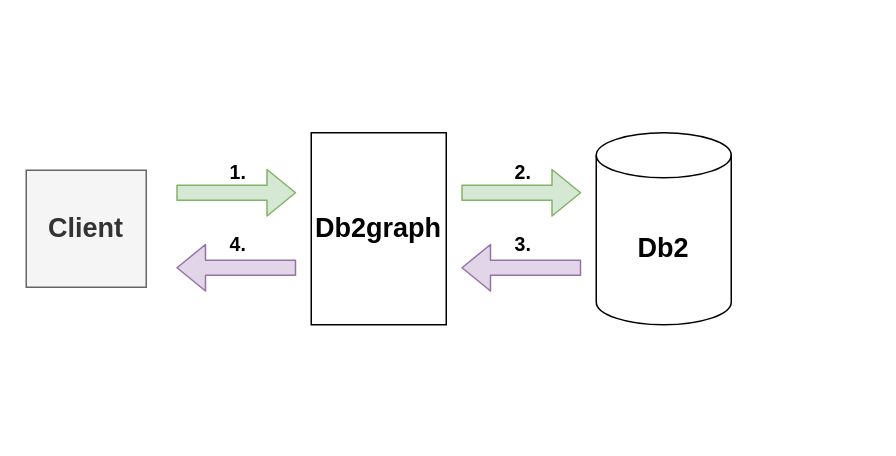
Before: images/db2graph_processing.drawio in RobbyRed98/master-thesis, a draw.io diagram. Source tidied: cells renumbered, new cells numbered last; positions are measured from the earlier drawing's top-left corner, leaving out a move shared by most shapes. Both pictures are drawn from the tidied source at 150%, with x=0, y=0 at pixel (26, 132).
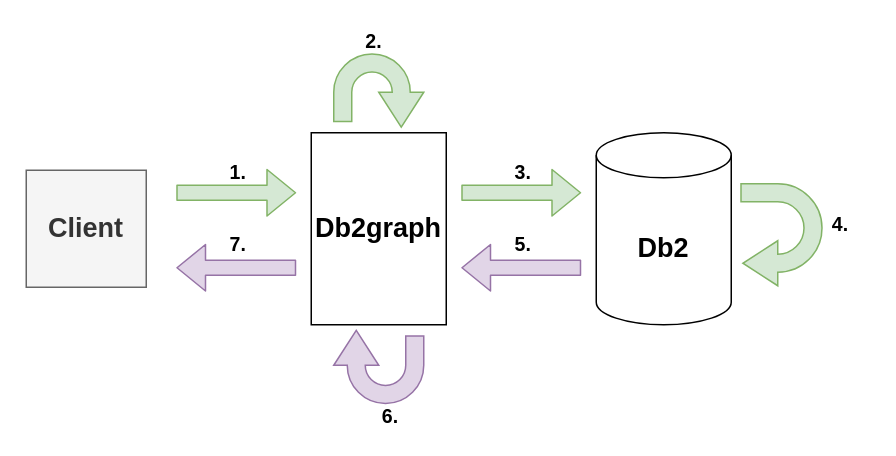
After the change.

Commit message (it also covers changes not shown here):
added more citations text and graphics to the db2graph

The change refers to these unchanged cells:
```xml
<mxCell id="5" style="shape=flexArrow;endArrow=classic;html=1;fillColor=#d5e8d4;strokeColor=#82b366;" parent="1" edge="1">
  <mxGeometry relative="1" as="geometry">
    <mxPoint x="290" y="40" as="sourcePoint" />
    <mxPoint x="370" y="40" as="targetPoint" />
  </mxGeometry>
</mxCell>
<mxCell id="9" style="shape=flexArrow;endArrow=classic;html=1;fillColor=#e1d5e7;strokeColor=#9673a6;" parent="1" edge="1">
  <mxGeometry relative="1" as="geometry">
    <mxPoint x="370" y="90" as="sourcePoint" />
    <mxPoint x="290" y="90" as="targetPoint" />
  </mxGeometry>
</mxCell>
<mxCell id="11" style="shape=flexArrow;endArrow=classic;html=1;fillColor=#e1d5e7;strokeColor=#9673a6;" parent="1" edge="1">
  <mxGeometry relative="1" as="geometry">
    <mxPoint x="180" y="90" as="sourcePoint" />
    <mxPoint x="100" y="90" as="targetPoint" />
  </mxGeometry>
</mxCell>
```

Diff of the diagram source:
```diff
@@
-    <mxCell id="6" value="&lt;font style=&quot;font-size: 13px&quot;&gt;2.&lt;/font&gt;" style="edgeLabel;html=1;align=center;verticalAlign=middle;fontStyle=1;" parent="5" vertex="1">
+    <mxCell id="6" value="&lt;font style=&quot;font-size: 13px&quot;&gt;3.&lt;/font&gt;" style="edgeLabel;html=1;align=center;verticalAlign=middle;fontStyle=1;" parent="5" vertex="1">
       <mxGeometry x="0.62" y="-6" relative="1" as="geometry">
         <mxPoint x="-25" y="-21" as="offset" />
       </mxGeometry>
     </mxCell>
@@
-    <mxCell id="10" value="&lt;font style=&quot;font-size: 13px&quot;&gt;3.&lt;/font&gt;" style="edgeLabel;html=1;align=center;verticalAlign=middle;fontStyle=1;" parent="9" vertex="1">
+    <mxCell id="10" value="&lt;font style=&quot;font-size: 13px&quot;&gt;5.&lt;/font&gt;" style="edgeLabel;html=1;align=center;verticalAlign=middle;fontStyle=1;" parent="9" vertex="1">
       <mxGeometry x="0.62" y="-6" relative="1" as="geometry">
         <mxPoint x="25" y="-11" as="offset" />
       </mxGeometry>
     </mxCell>
@@
-    <mxCell id="12" value="&lt;font style=&quot;font-size: 13px&quot;&gt;4.&lt;/font&gt;" style="edgeLabel;html=1;align=center;verticalAlign=middle;fontStyle=1;" parent="11" vertex="1">
+    <mxCell id="12" value="&lt;font style=&quot;font-size: 13px&quot;&gt;7.&lt;/font&gt;" style="edgeLabel;html=1;align=center;verticalAlign=middle;fontStyle=1;" parent="11" vertex="1">
       <mxGeometry x="0.62" y="-6" relative="1" as="geometry">
         <mxPoint x="25" y="-11" as="offset" />
       </mxGeometry>
     </mxCell>
+    <mxCell id="13" style="html=1;shadow=0;dashed=0;align=center;verticalAlign=middle;shape=mxgraph.arrows2.uTurnArrow;dy=6;arrowHead=30;dx2=23.25;strokeColor=#9673a6;fillColor=#e1d5e7;rotation=-90;" parent="1" vertex="1">
+      <mxGeometry x="212.5" y="128" width="45" height="60" as="geometry" />
+    </mxCell>
+    <mxCell id="14" style="html=1;shadow=0;dashed=0;align=center;verticalAlign=middle;shape=mxgraph.arrows2.uTurnArrow;dy=6;arrowHead=30;dx2=23.25;strokeColor=#82b366;fillColor=#d5e8d4;rotation=90;" parent="1" vertex="1">
+      <mxGeometry x="212.5" y="-60" width="45" height="60" as="geometry" />
+    </mxCell>
+    <mxCell id="15" value="&lt;b&gt;&lt;font style=&quot;font-size: 13px&quot;&gt;2.&lt;/font&gt;&lt;/b&gt;" style="text;html=1;strokeColor=none;fillColor=none;align=center;verticalAlign=middle;whiteSpace=wrap;rounded=0;" parent="1" vertex="1">
+      <mxGeometry x="212" y="-71" width="40" height="20" as="geometry" />
+    </mxCell>
+    <mxCell id="16" value="&lt;b&gt;&lt;font style=&quot;font-size: 13px&quot;&gt;6.&lt;/font&gt;&lt;/b&gt;" style="text;html=1;strokeColor=none;fillColor=none;align=center;verticalAlign=middle;whiteSpace=wrap;rounded=0;" parent="1" vertex="1">
+      <mxGeometry x="223" y="179" width="40" height="20" as="geometry" />
+    </mxCell>
+    <mxCell id="17" style="html=1;shadow=0;dashed=0;align=center;verticalAlign=middle;shape=mxgraph.arrows2.uTurnArrow;dy=6;arrowHead=30;dx2=23.25;strokeColor=#82b366;fillColor=#d5e8d4;rotation=-180;" parent="1" vertex="1">
+      <mxGeometry x="476.5" y="34" width="54" height="68" as="geometry" />
+    </mxCell>
+    <mxCell id="18" value="&lt;b&gt;&lt;font style=&quot;font-size: 13px&quot;&gt;4.&lt;br&gt;&lt;/font&gt;&lt;/b&gt;" style="text;html=1;strokeColor=none;fillColor=none;align=center;verticalAlign=middle;whiteSpace=wrap;rounded=0;" parent="1" vertex="1">
+      <mxGeometry x="522.5" y="51" width="40" height="20" as="geometry" />
+    </mxCell>
```
